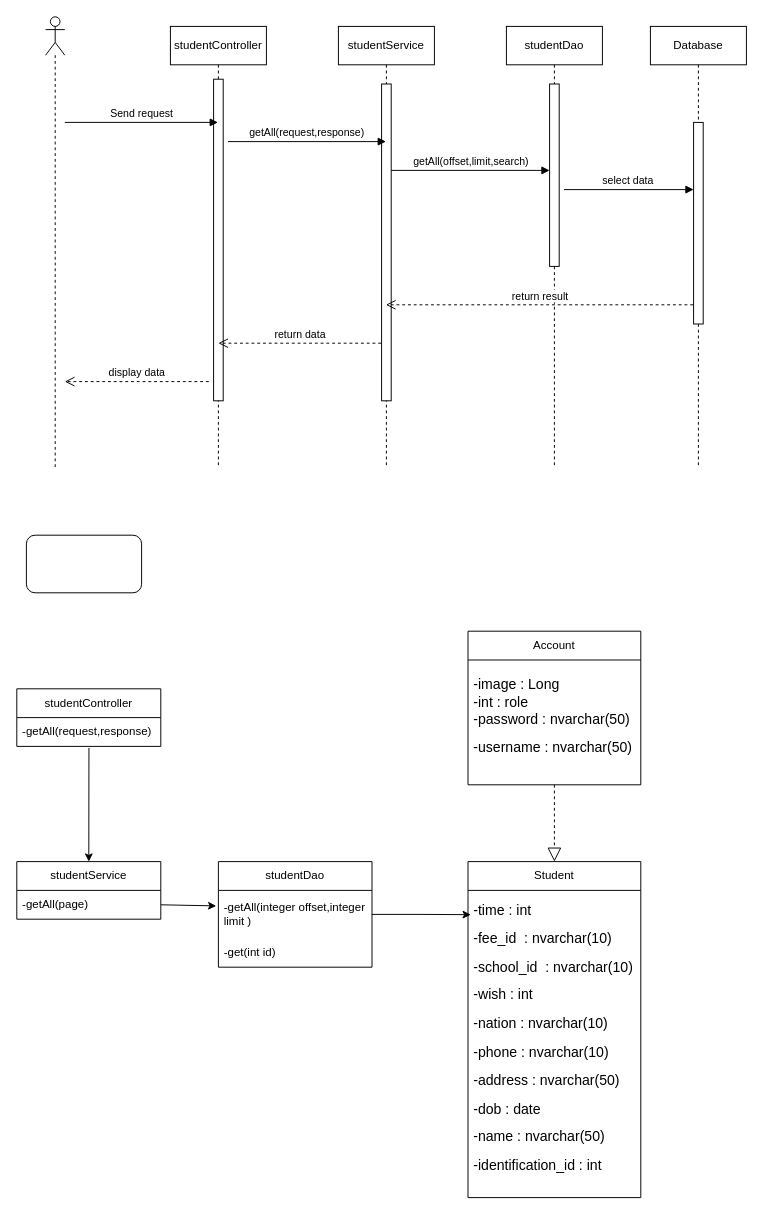
Above: page "Page-2" (2 of 22) of Untitled Diagram.drawio in sachvo/CuteXT (draw.io), before the change. Source tidied: cells renumbered, new cells numbered last; positions are measured from the earlier drawing's top-left corner, leaving out a move shared by most shapes. Both pictures are drawn from the tidied source at 96%, with x=0, y=0 at pixel (16, 16).
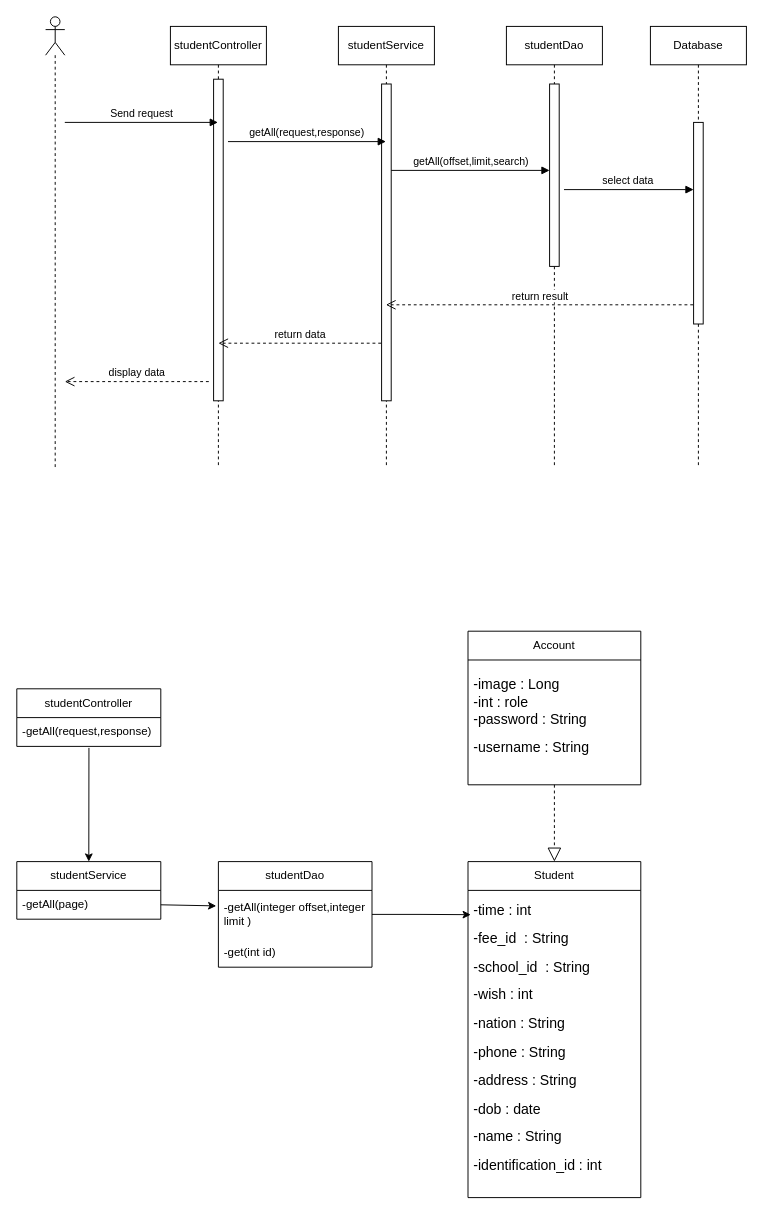
Above is the later version.

The change refers to these unchanged cells:
```xml
<mxCell id="26" value="Account" style="swimlane;fontStyle=0;horizontal=1;startSize=30;whiteSpace=wrap;html=1;" parent="1" vertex="1">
  <mxGeometry x="470" y="640" width="180" height="160" as="geometry" />
</mxCell>
<mxCell id="29" value="Student" style="swimlane;fontStyle=0;horizontal=1;startSize=30;whiteSpace=wrap;html=1;" parent="1" vertex="1">
  <mxGeometry x="470" y="880" width="180" height="350" as="geometry" />
</mxCell>
```

The edit, as a diff of the source:
```diff
@@
-    <mxCell id="27" value="&lt;p style=&quot;line-height:1.38;margin-top:0pt;margin-bottom:0pt;&quot; dir=&quot;ltr&quot;&gt;&lt;/p&gt;&lt;p style=&quot;line-height:1.38;margin-top:0pt;margin-bottom:0pt;&quot; dir=&quot;ltr&quot;&gt;&lt;/p&gt;&lt;p style=&quot;line-height:1.38;margin-top:0pt;margin-bottom:0pt;&quot; dir=&quot;ltr&quot;&gt;&lt;/p&gt;&lt;div&gt;&lt;/div&gt;&lt;span style=&quot;font-size: 11pt; font-family: Arial, sans-serif; background-color: transparent; font-variant-numeric: normal; font-variant-east-asian: normal; font-variant-alternates: normal; font-variant-position: normal; vertical-align: baseline;&quot;&gt;-image : Long&lt;br&gt;-int : role&lt;br&gt;&lt;/span&gt;&lt;span style=&quot;font-size: 11pt; font-family: Arial, sans-serif; background-color: transparent; font-variant-numeric: normal; font-variant-east-asian: normal; font-variant-alternates: normal; font-variant-position: normal; vertical-align: baseline;&quot;&gt;-password : nvarchar(50)&amp;nbsp;&lt;/span&gt;&lt;p&gt;&lt;/p&gt;&lt;span style=&quot;font-size: 11pt; font-family: Arial, sans-serif; background-color: transparent; font-variant-numeric: normal; font-variant-east-asian: normal; font-variant-alternates: normal; font-variant-position: normal; vertical-align: baseline;&quot;&gt;-username : nvarchar(50)&amp;nbsp;&lt;/span&gt;&lt;p&gt;&lt;/p&gt;&lt;span id=&quot;docs-internal-guid-546da517-7fff-cef4-55ad-a307194a0e7b&quot;&gt;&lt;/span&gt;" style="text;strokeColor=none;fillColor=none;align=left;verticalAlign=middle;spacingLeft=4;spacingRight=4;overflow=hidden;whiteSpace=wrap;html=1;" parent="26" vertex="1">
+    <mxCell id="27" value="&lt;p style=&quot;line-height:1.38;margin-top:0pt;margin-bottom:0pt;&quot; dir=&quot;ltr&quot;&gt;&lt;/p&gt;&lt;p style=&quot;line-height:1.38;margin-top:0pt;margin-bottom:0pt;&quot; dir=&quot;ltr&quot;&gt;&lt;/p&gt;&lt;p style=&quot;line-height:1.38;margin-top:0pt;margin-bottom:0pt;&quot; dir=&quot;ltr&quot;&gt;&lt;/p&gt;&lt;div&gt;&lt;/div&gt;&lt;span style=&quot;font-size: 11pt; font-family: Arial, sans-serif; background-color: transparent; font-variant-numeric: normal; font-variant-east-asian: normal; font-variant-alternates: normal; font-variant-position: normal; vertical-align: baseline;&quot;&gt;-image : Long&lt;br&gt;-int : role&lt;br&gt;&lt;/span&gt;&lt;span style=&quot;font-size: 11pt; font-family: Arial, sans-serif; background-color: transparent; font-variant-numeric: normal; font-variant-east-asian: normal; font-variant-alternates: normal; font-variant-position: normal; vertical-align: baseline;&quot;&gt;-password : String&lt;/span&gt;&lt;p&gt;&lt;/p&gt;&lt;span style=&quot;font-size: 11pt; font-family: Arial, sans-serif; background-color: transparent; font-variant-numeric: normal; font-variant-east-asian: normal; font-variant-alternates: normal; font-variant-position: normal; vertical-align: baseline;&quot;&gt;-username : String&amp;nbsp;&lt;/span&gt;&lt;p&gt;&lt;/p&gt;&lt;span id=&quot;docs-internal-guid-546da517-7fff-cef4-55ad-a307194a0e7b&quot;&gt;&lt;/span&gt;" style="text;strokeColor=none;fillColor=none;align=left;verticalAlign=middle;spacingLeft=4;spacingRight=4;overflow=hidden;whiteSpace=wrap;html=1;" parent="26" vertex="1">
       <mxGeometry y="30" width="180" height="130" as="geometry" />
     </mxCell>
-    <mxCell id="28" style="rounded=1;whiteSpace=wrap;html=1;" parent="1" vertex="1">
-      <mxGeometry x="10" y="540" width="120" height="60" as="geometry" />
-    </mxCell>
@@
-    <mxCell id="30" value="&lt;p style=&quot;line-height:1.38;margin-top:0pt;margin-bottom:0pt;&quot; dir=&quot;ltr&quot;&gt;&lt;/p&gt;&lt;p style=&quot;line-height:1.38;margin-top:0pt;margin-bottom:0pt;&quot; dir=&quot;ltr&quot;&gt;&lt;/p&gt;&lt;p style=&quot;line-height:1.38;margin-top:0pt;margin-bottom:0pt;&quot; dir=&quot;ltr&quot;&gt;&lt;/p&gt;&lt;p style=&quot;line-height:1.38;margin-top:0pt;margin-bottom:0pt;&quot; dir=&quot;ltr&quot;&gt;&lt;/p&gt;&lt;p style=&quot;line-height:1.38;margin-top:0pt;margin-bottom:0pt;&quot; dir=&quot;ltr&quot;&gt;&lt;/p&gt;&lt;p style=&quot;line-height:1.38;margin-top:0pt;margin-bottom:0pt;&quot; dir=&quot;ltr&quot;&gt;&lt;/p&gt;&lt;p style=&quot;line-height:1.38;margin-top:0pt;margin-bottom:0pt;&quot; dir=&quot;ltr&quot;&gt;&lt;/p&gt;&lt;p style=&quot;line-height:1.38;margin-top:0pt;margin-bottom:0pt;&quot; dir=&quot;ltr&quot;&gt;&lt;/p&gt;&lt;p style=&quot;line-height:1.38;margin-top:0pt;margin-bottom:0pt;&quot; dir=&quot;ltr&quot;&gt;&lt;/p&gt;&lt;p style=&quot;line-height:1.38;margin-top:0pt;margin-bottom:0pt;&quot; dir=&quot;ltr&quot;&gt;&lt;/p&gt;&lt;div&gt;&lt;/div&gt;&lt;span style=&quot;font-size: 11pt; font-family: Arial, sans-serif; background-color: transparent; font-variant-numeric: normal; font-variant-east-asian: normal; font-variant-alternates: normal; font-variant-position: normal; vertical-align: baseline;&quot;&gt;-time : int &lt;/span&gt;&lt;p&gt;&lt;/p&gt;&lt;span style=&quot;font-size: 11pt; font-family: Arial, sans-serif; background-color: transparent; font-variant-numeric: normal; font-variant-east-asian: normal; font-variant-alternates: normal; font-variant-position: normal; vertical-align: baseline;&quot;&gt;-fee_id&amp;nbsp; : nvarchar(10)&lt;/span&gt;&lt;p&gt;&lt;/p&gt;&lt;span style=&quot;font-size: 11pt; font-family: Arial, sans-serif; background-color: transparent; font-variant-numeric: normal; font-variant-east-asian: normal; font-variant-alternates: normal; font-variant-position: normal; vertical-align: baseline;&quot;&gt;-school_id&amp;nbsp; : nvarchar(10)&lt;/span&gt;&lt;p&gt;&lt;/p&gt;&lt;span style=&quot;font-size: 11pt; font-family: Arial, sans-serif; background-color: transparent; font-variant-numeric: normal; font-variant-east-asian: normal; font-variant-alternates: normal; font-variant-position: normal; vertical-align: baseline;&quot;&gt;-wish : int&lt;/span&gt;&lt;p&gt;&lt;/p&gt;&lt;span style=&quot;font-size: 11pt; font-family: Arial, sans-serif; background-color: transparent; font-variant-numeric: normal; font-variant-east-asian: normal; font-variant-alternates: normal; font-variant-position: normal; vertical-align: baseline;&quot;&gt;-nation : nvarchar(10)&lt;/span&gt;&lt;p&gt;&lt;/p&gt;&lt;span style=&quot;font-size: 11pt; font-family: Arial, sans-serif; background-color: transparent; font-variant-numeric: normal; font-variant-east-asian: normal; font-variant-alternates: normal; font-variant-position: normal; vertical-align: baseline;&quot;&gt;-phone : nvarchar(10)&lt;/span&gt;&lt;p&gt;&lt;/p&gt;&lt;span style=&quot;font-size: 11pt; font-family: Arial, sans-serif; background-color: transparent; font-variant-numeric: normal; font-variant-east-asian: normal; font-variant-alternates: normal; font-variant-position: normal; vertical-align: baseline;&quot;&gt;-address : nvarchar(50)&lt;/span&gt;&lt;p&gt;&lt;/p&gt;&lt;span style=&quot;font-size: 11pt; font-family: Arial, sans-serif; background-color: transparent; font-variant-numeric: normal; font-variant-east-asian: normal; font-variant-alternates: normal; font-variant-position: normal; vertical-align: baseline;&quot;&gt;-dob : date&lt;/span&gt;&lt;p&gt;&lt;/p&gt;&lt;span style=&quot;font-size: 11pt; font-family: Arial, sans-serif; background-color: transparent; font-variant-numeric: normal; font-variant-east-asian: normal; font-variant-alternates: normal; font-variant-position: normal; vertical-align: baseline;&quot;&gt;-name : nvarchar(50)&lt;/span&gt;&lt;p&gt;&lt;/p&gt;&lt;span style=&quot;font-size: 11pt; font-family: Arial, sans-serif; background-color: transparent; font-variant-numeric: normal; font-variant-east-asian: normal; font-variant-alternates: normal; font-variant-position: normal; vertical-align: baseline;&quot;&gt;-identification_id : int&amp;nbsp;&lt;/span&gt;&lt;p&gt;&lt;/p&gt;&lt;span id=&quot;docs-internal-guid-ec875b94-7fff-324d-a60e-613ddc787041&quot;&gt;&lt;/span&gt;" style="text;strokeColor=none;fillColor=none;align=left;verticalAlign=middle;spacingLeft=4;spacingRight=4;overflow=hidden;points=[[0,0.5],[1,0.5]];portConstraint=eastwest;whiteSpace=wrap;html=1;" parent="29" vertex="1">
+    <mxCell id="30" value="&lt;p style=&quot;line-height:1.38;margin-top:0pt;margin-bottom:0pt;&quot; dir=&quot;ltr&quot;&gt;&lt;/p&gt;&lt;p style=&quot;line-height:1.38;margin-top:0pt;margin-bottom:0pt;&quot; dir=&quot;ltr&quot;&gt;&lt;/p&gt;&lt;p style=&quot;line-height:1.38;margin-top:0pt;margin-bottom:0pt;&quot; dir=&quot;ltr&quot;&gt;&lt;/p&gt;&lt;p style=&quot;line-height:1.38;margin-top:0pt;margin-bottom:0pt;&quot; dir=&quot;ltr&quot;&gt;&lt;/p&gt;&lt;p style=&quot;line-height:1.38;margin-top:0pt;margin-bottom:0pt;&quot; dir=&quot;ltr&quot;&gt;&lt;/p&gt;&lt;p style=&quot;line-height:1.38;margin-top:0pt;margin-bottom:0pt;&quot; dir=&quot;ltr&quot;&gt;&lt;/p&gt;&lt;p style=&quot;line-height:1.38;margin-top:0pt;margin-bottom:0pt;&quot; dir=&quot;ltr&quot;&gt;&lt;/p&gt;&lt;p style=&quot;line-height:1.38;margin-top:0pt;margin-bottom:0pt;&quot; dir=&quot;ltr&quot;&gt;&lt;/p&gt;&lt;p style=&quot;line-height:1.38;margin-top:0pt;margin-bottom:0pt;&quot; dir=&quot;ltr&quot;&gt;&lt;/p&gt;&lt;p style=&quot;line-height:1.38;margin-top:0pt;margin-bottom:0pt;&quot; dir=&quot;ltr&quot;&gt;&lt;/p&gt;&lt;div&gt;&lt;/div&gt;&lt;span style=&quot;font-size: 11pt; font-family: Arial, sans-serif; background-color: transparent; font-variant-numeric: normal; font-variant-east-asian: normal; font-variant-alternates: normal; font-variant-position: normal; vertical-align: baseline;&quot;&gt;-time : int &lt;/span&gt;&lt;p&gt;&lt;/p&gt;&lt;span style=&quot;font-size: 11pt; font-family: Arial, sans-serif; background-color: transparent; font-variant-numeric: normal; font-variant-east-asian: normal; font-variant-alternates: normal; font-variant-position: normal; vertical-align: baseline;&quot;&gt;-fee_id&amp;nbsp; : String&lt;/span&gt;&lt;p&gt;&lt;/p&gt;&lt;span style=&quot;font-size: 11pt; font-family: Arial, sans-serif; background-color: transparent; font-variant-numeric: normal; font-variant-east-asian: normal; font-variant-alternates: normal; font-variant-position: normal; vertical-align: baseline;&quot;&gt;-school_id&amp;nbsp; : String&lt;/span&gt;&lt;p&gt;&lt;/p&gt;&lt;span style=&quot;font-size: 11pt; font-family: Arial, sans-serif; background-color: transparent; font-variant-numeric: normal; font-variant-east-asian: normal; font-variant-alternates: normal; font-variant-position: normal; vertical-align: baseline;&quot;&gt;-wish : int&lt;/span&gt;&lt;p&gt;&lt;/p&gt;&lt;span style=&quot;font-size: 11pt; font-family: Arial, sans-serif; background-color: transparent; font-variant-numeric: normal; font-variant-east-asian: normal; font-variant-alternates: normal; font-variant-position: normal; vertical-align: baseline;&quot;&gt;-nation : String&lt;/span&gt;&lt;p&gt;&lt;/p&gt;&lt;span style=&quot;font-size: 11pt; font-family: Arial, sans-serif; background-color: transparent; font-variant-numeric: normal; font-variant-east-asian: normal; font-variant-alternates: normal; font-variant-position: normal; vertical-align: baseline;&quot;&gt;-phone : String&lt;/span&gt;&lt;p&gt;&lt;/p&gt;&lt;span style=&quot;font-size: 11pt; font-family: Arial, sans-serif; background-color: transparent; font-variant-numeric: normal; font-variant-east-asian: normal; font-variant-alternates: normal; font-variant-position: normal; vertical-align: baseline;&quot;&gt;-address : String&lt;/span&gt;&lt;p&gt;&lt;/p&gt;&lt;span style=&quot;font-size: 11pt; font-family: Arial, sans-serif; background-color: transparent; font-variant-numeric: normal; font-variant-east-asian: normal; font-variant-alternates: normal; font-variant-position: normal; vertical-align: baseline;&quot;&gt;-dob : date&lt;/span&gt;&lt;p&gt;&lt;/p&gt;&lt;span style=&quot;font-size: 11pt; font-family: Arial, sans-serif; background-color: transparent; font-variant-numeric: normal; font-variant-east-asian: normal; font-variant-alternates: normal; font-variant-position: normal; vertical-align: baseline;&quot;&gt;-name : String&lt;/span&gt;&lt;p&gt;&lt;/p&gt;&lt;span style=&quot;font-size: 11pt; font-family: Arial, sans-serif; background-color: transparent; font-variant-numeric: normal; font-variant-east-asian: normal; font-variant-alternates: normal; font-variant-position: normal; vertical-align: baseline;&quot;&gt;-identification_id : int&amp;nbsp;&lt;/span&gt;&lt;p&gt;&lt;/p&gt;&lt;span id=&quot;docs-internal-guid-ec875b94-7fff-324d-a60e-613ddc787041&quot;&gt;&lt;/span&gt;" style="text;strokeColor=none;fillColor=none;align=left;verticalAlign=middle;spacingLeft=4;spacingRight=4;overflow=hidden;points=[[0,0.5],[1,0.5]];portConstraint=eastwest;whiteSpace=wrap;html=1;" parent="29" vertex="1">
       <mxGeometry y="30" width="180" height="320" as="geometry" />
     </mxCell>
```
